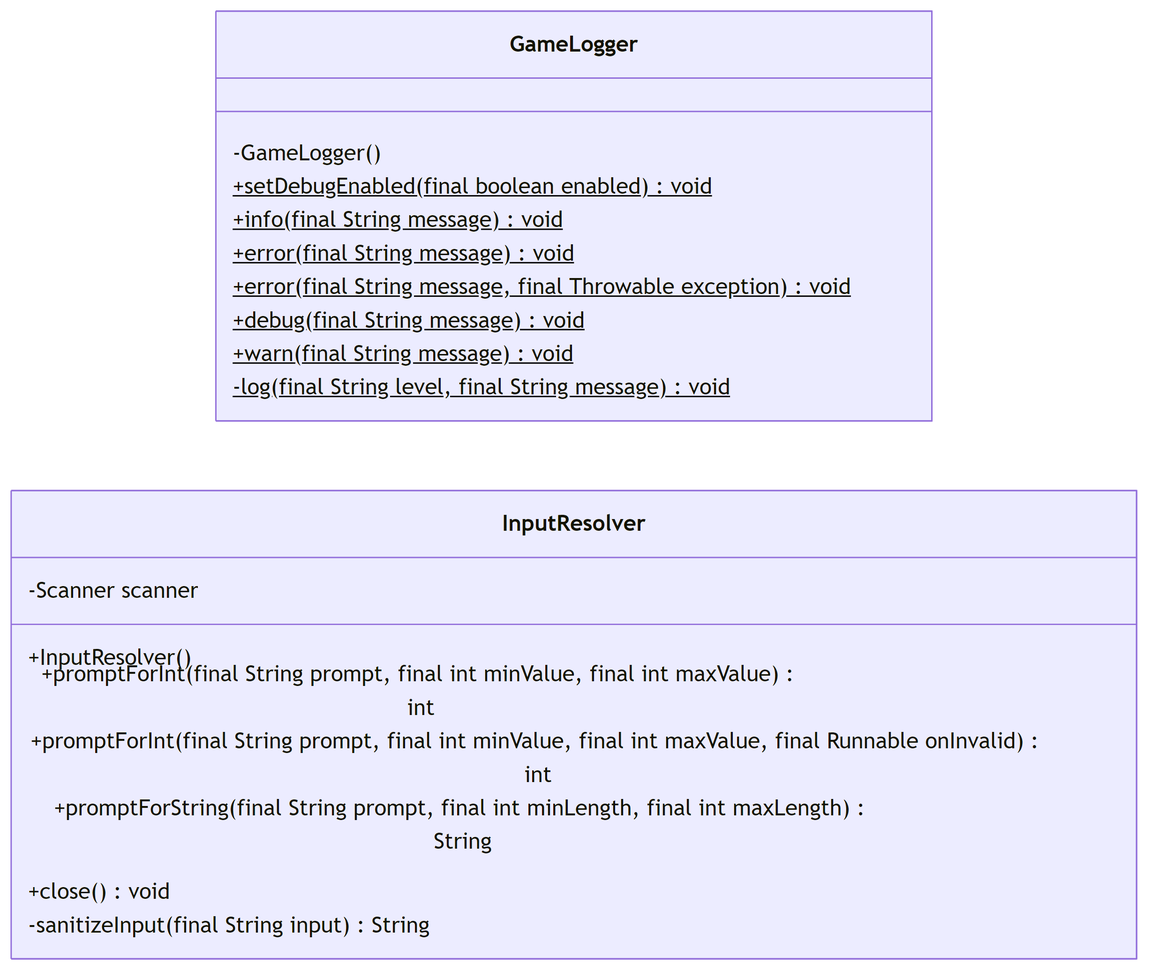
Before: docs/diagrams/mermaid/png/utility_package.png, a diagram exported from Mermaid (bryanseah234/playsplendor). Its source is kept beside it as docs/diagrams/mermaid/src/utility_package.mmd.
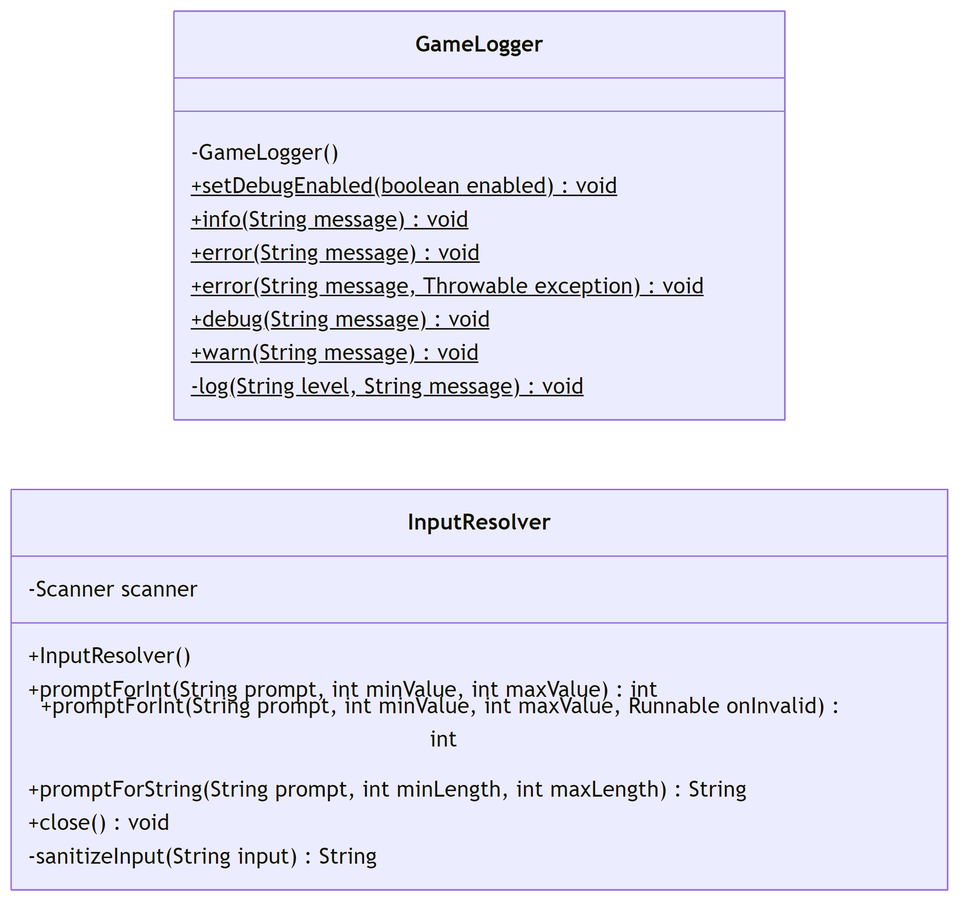
The same diagram one commit later.

Change to the diagram source:
```diff
@@ -2,21 +2,21 @@
     direction LR
     class GameLogger {
         -GameLogger()
-        +setDebugEnabled(final boolean enabled) void$
-        +info(final String message) void$
-        +error(final String message) void$
-        +error(final String message, final Throwable exception) void$
-        +debug(final String message) void$
-        +warn(final String message) void$
-        -log(final String level, final String message) void$
+        +setDebugEnabled(boolean enabled) void$
+        +info(String message) void$
+        +error(String message) void$
+        +error(String message, Throwable exception) void$
+        +debug(String message) void$
+        +warn(String message) void$
+        -log(String level, String message) void$
     }
 
     class InputResolver {
         -Scanner scanner
         +InputResolver()
-        +promptForInt(final String prompt, final int minValue, final int maxValue) int
-        +promptForInt(final String prompt, final int minValue, final int maxValue, final Runnable onInvalid) int
-        +promptForString(final String prompt, final int minLength, final int maxLength) String
+        +promptForInt(String prompt, int minValue, int maxValue) int
+        +promptForInt(String prompt, int minValue, int maxValue, Runnable onInvalid) int
+        +promptForString(String prompt, int minLength, int maxLength) String
         +close() void
-        -sanitizeInput(final String input) String
+        -sanitizeInput(String input) String
     }
```
